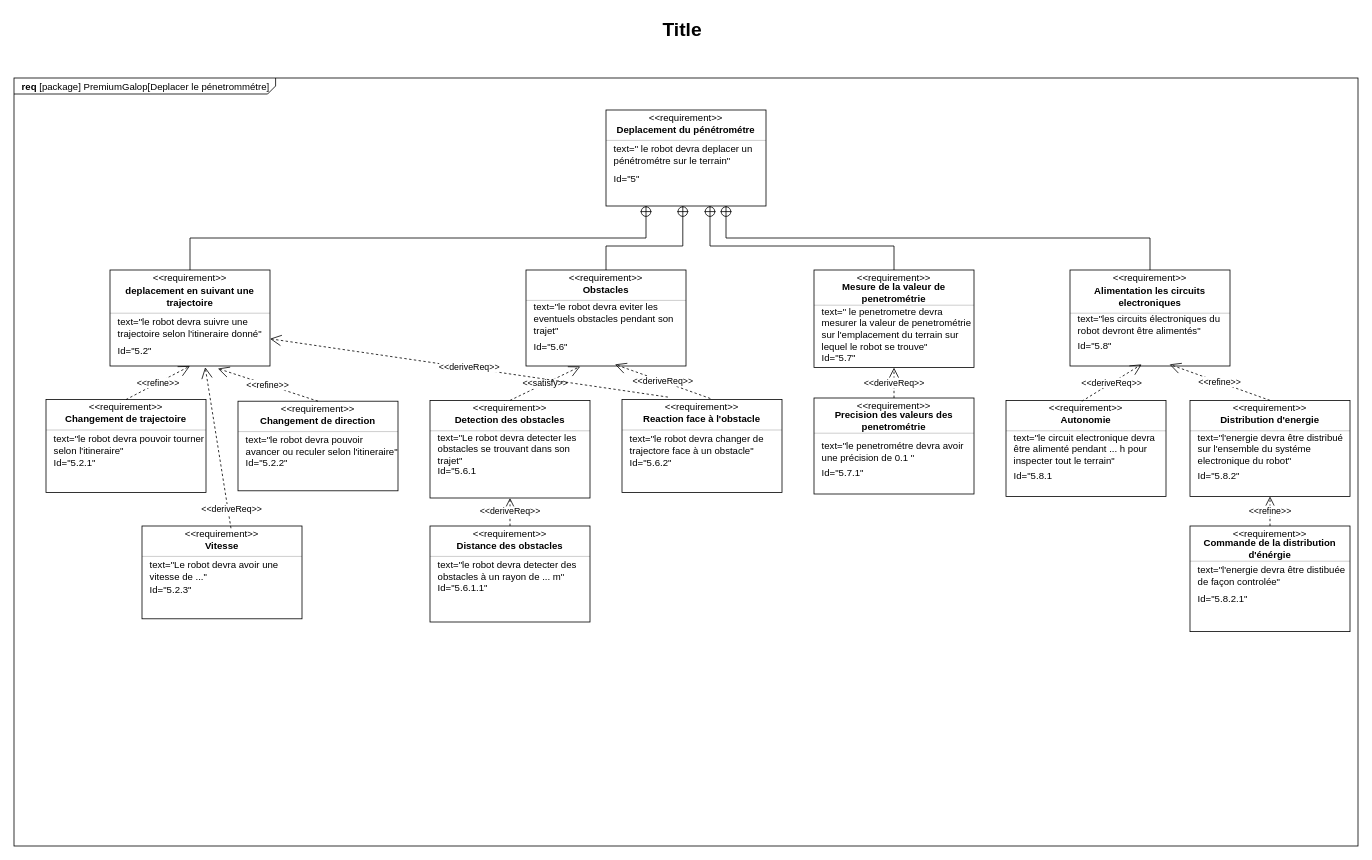
Earlier version of the draw.io diagram SYSML/Req_5.drawio (ToGen49/Hippodrome). Source tidied: cells renumbered, new cells numbered last; positions are measured from the earlier drawing's top-left corner, leaving out a move shared by most shapes. Both pictures are drawn from the tidied source at 80%, with x=0, y=0 at pixel (14, 14).
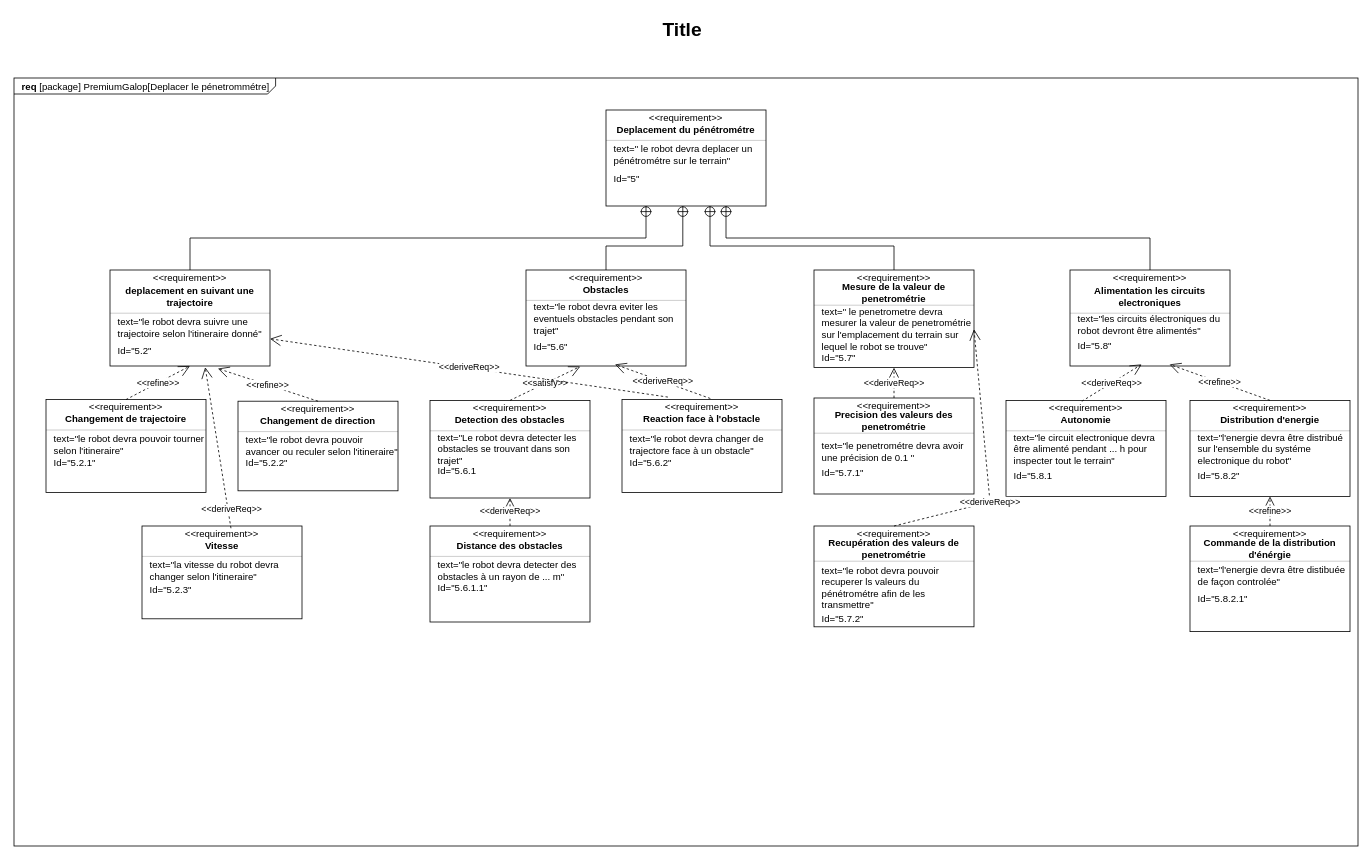
Above is the later version.

Commit message:
Mettre à jour Req_5.drawio

The change refers to these unchanged cells:
```xml
<mxCell id="29" value="text=&quot; le penetrometre devra mesurer la valeur de penetrométrie sur l'emplacement du terrain sur lequel le robot se trouve&quot;" style="html=1;align=left;spacing=0;verticalAlign=middle;strokeColor=none;fillColor=none;whiteSpace=wrap;spacingLeft=10;" parent="25" vertex="1">
  <mxGeometry y="48" width="200" height="52" as="geometry" />
</mxCell>
<mxCell id="89" style="fontStyle=1;align=center;verticalAlign=middle;horizontal=1;" parent="1" vertex="1">
  <mxGeometry x="160" y="640" width="200" height="116" as="geometry" />
</mxCell>
```

Diff of the diagram source:
```diff
@@
-    <mxCell id="93" value="text=&quot;Le robot devra avoir une vitesse de ...&quot;" style="html=1;align=left;spacing=0;verticalAlign=middle;strokeColor=none;fillColor=none;whiteSpace=wrap;spacingLeft=10;" parent="89" vertex="1">
+    <mxCell id="93" value="text=&quot;la vitesse du robot devra changer selon l'itineraire&quot;" style="html=1;align=left;spacing=0;verticalAlign=middle;strokeColor=none;fillColor=none;whiteSpace=wrap;spacingLeft=10;" parent="89" vertex="1">
       <mxGeometry y="42" width="200" height="28" as="geometry" />
     </mxCell>
@@
+    <mxCell id="125" style="fontStyle=1;align=center;verticalAlign=middle;horizontal=1;" parent="1" vertex="1">
+      <mxGeometry x="1000" y="640" width="200" height="126" as="geometry" />
+    </mxCell>
+    <mxCell id="126" value="&amp;lt;&amp;lt;requirement&amp;gt;&amp;gt;" style="html=1;align=center;spacing=0;verticalAlign=middle;strokeColor=none;fillColor=none;whiteSpace=wrap;spacingTop=3;" parent="125" vertex="1">
+      <mxGeometry width="200" height="16" as="geometry" />
+    </mxCell>
+    <mxCell id="127" value="Recupération des valeurs de penetrométrie" style="html=1;align=center;spacing=0;verticalAlign=middle;strokeColor=none;fillColor=none;whiteSpace=wrap;fontStyle=1;" parent="125" vertex="1">
+      <mxGeometry y="16" width="200" height="24" as="geometry" />
+    </mxCell>
+    <mxCell id="128" style="line;strokeWidth=0.25;fillColor=none;align=left;verticalAlign=middle;spacingTop=-1;spacingLeft=3;spacingRight=3;labelPosition=right;" parent="125" vertex="1">
+      <mxGeometry y="40" width="200" height="8" as="geometry" />
+    </mxCell>
+    <mxCell id="129" value="text=&quot;le robot devra pouvoir recuperer ls valeurs du pénétrométre afin de les transmettre&quot;" style="html=1;align=left;spacing=0;verticalAlign=middle;strokeColor=none;fillColor=none;whiteSpace=wrap;spacingLeft=10;" parent="125" vertex="1">
+      <mxGeometry y="48" width="200" height="58" as="geometry" />
+    </mxCell>
+    <mxCell id="130" value="Id=&quot;5.7.2&quot;" style="html=1;align=left;spacing=0;verticalAlign=middle;strokeColor=none;fillColor=none;whiteSpace=wrap;spacingLeft=10;" parent="125" vertex="1">
+      <mxGeometry y="106" width="200" height="20" as="geometry" />
+    </mxCell>
+    <mxCell id="131" style="html=1;align=center;spacing=0;verticalAlign=middle;strokeColor=none;fillColor=none;whiteSpace=wrap;" parent="125" vertex="1">
+      <mxGeometry y="126" width="200" as="geometry" />
+    </mxCell>
+    <mxCell id="132" value="&amp;lt;&amp;lt;deriveReq&amp;gt;&amp;gt;" style="endArrow=open;edgeStyle=none;endSize=12;dashed=1;html=1;rounded=0;exitX=0.5;exitY=0;exitDx=0;exitDy=0;entryX=1;entryY=0.5;entryDx=0;entryDy=0;" parent="1" edge="1" source="126" target="29">
+      <mxGeometry x="-0.27" relative="1" as="geometry">
+        <Array as="points">
+          <mxPoint x="1220" y="610" />
+        </Array>
+      </mxGeometry>
+    </mxCell>
```
